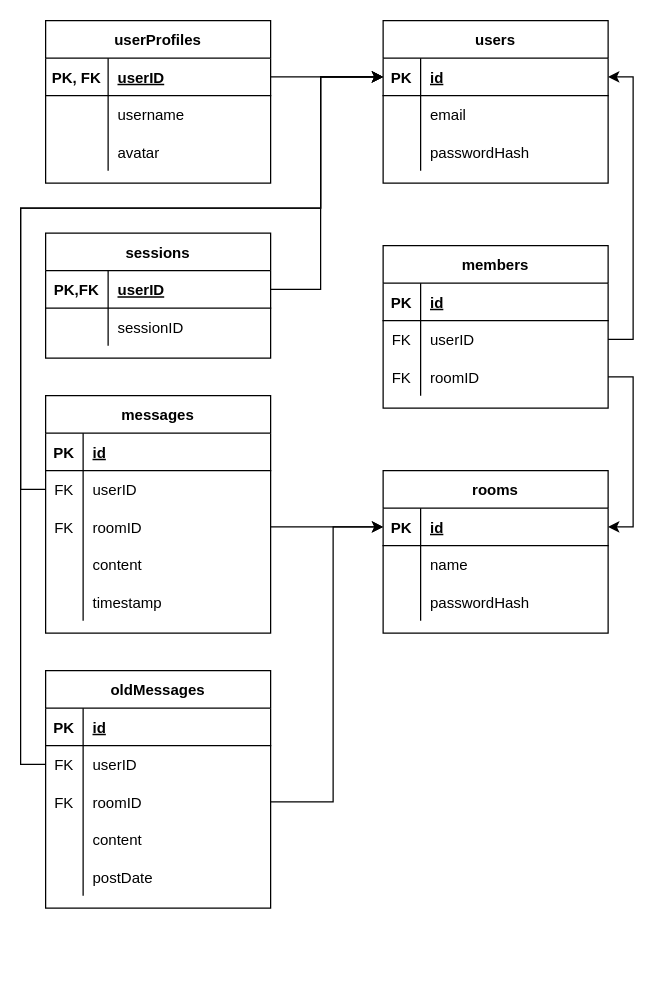
EliasEriksson/Chat.app keeps this draw.io diagram as database.drawio. Above is the earlier version. Source tidied: cells renumbered, new cells numbered last; positions are measured from the earlier drawing's top-left corner, leaving out a move shared by most shapes. Both pictures are drawn from the tidied source at 125%, with x=0, y=0 at pixel (20, 20).
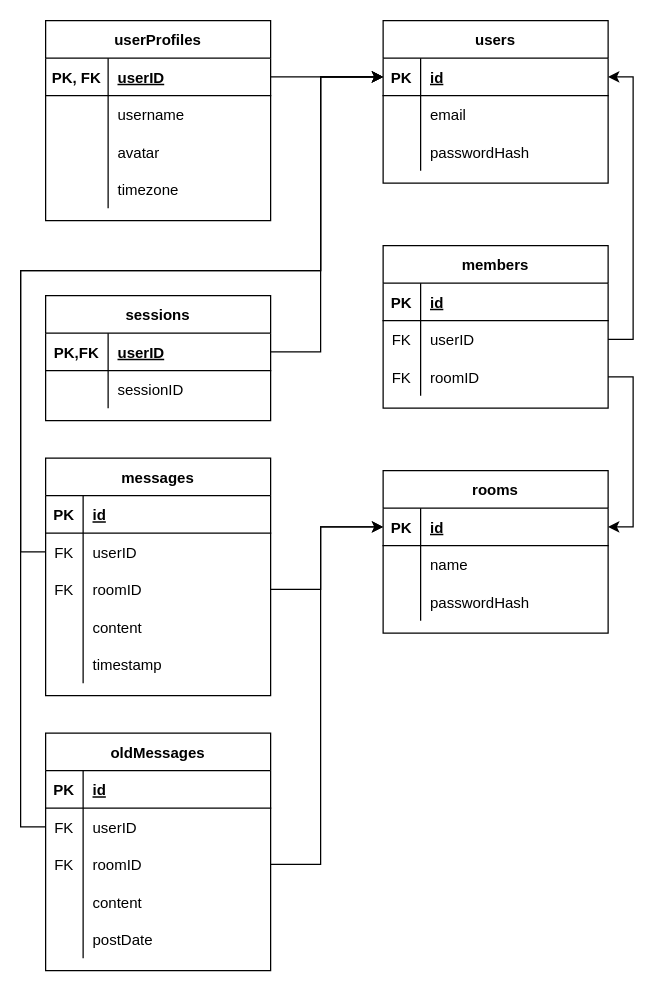
The same page after the edit.

The change refers to these unchanged cells:
```xml
<mxCell id="3" style="shape=partialRectangle;fillColor=none;top=0;left=0;bottom=1;right=0;points=[[0,0.5],[1,0.5]];portConstraint=eastwest;" parent="2" vertex="1">
  <mxGeometry y="30" width="180" height="30" as="geometry" />
</mxCell>
<mxCell id="24" style="shape=partialRectangle;fillColor=none;top=0;left=0;bottom=1;right=0;points=[[0,0.5],[1,0.5]];portConstraint=eastwest;" parent="23" vertex="1">
  <mxGeometry y="30" width="180" height="30" as="geometry" />
</mxCell>
<mxCell id="32" style="shape=partialRectangle;fillColor=none;top=0;left=0;bottom=1;right=0;points=[[0,0.5],[1,0.5]];portConstraint=eastwest;" parent="31" vertex="1">
  <mxGeometry y="30" width="180" height="30" as="geometry" />
</mxCell>
<mxCell id="45" style="shape=partialRectangle;fillColor=none;top=0;left=0;bottom=0;right=0;points=[[0,0.5],[1,0.5]];portConstraint=eastwest;" parent="41" vertex="1">
  <mxGeometry y="60" width="180" height="30" as="geometry" />
</mxCell>
<mxCell id="48" style="shape=partialRectangle;fillColor=none;top=0;left=0;bottom=0;right=0;points=[[0,0.5],[1,0.5]];portConstraint=eastwest;" parent="41" vertex="1">
  <mxGeometry y="90" width="180" height="30" as="geometry" />
</mxCell>
<mxCell id="75" style="shape=partialRectangle;fillColor=none;top=0;left=0;bottom=0;right=0;points=[[0,0.5],[1,0.5]];portConstraint=eastwest;" parent="71" vertex="1">
  <mxGeometry y="60" width="180" height="30" as="geometry" />
</mxCell>
<mxCell id="78" style="shape=partialRectangle;fillColor=none;top=0;left=0;bottom=0;right=0;points=[[0,0.5],[1,0.5]];portConstraint=eastwest;" parent="71" vertex="1">
  <mxGeometry y="90" width="180" height="30" as="geometry" />
</mxCell>
```

What changed in the source:
```diff
@@
     <mxCell id="12" value="userProfiles" style="shape=table;startSize=30;childLayout=tableLayout;rowLines=0;fontStyle=1;align=center;" parent="1" vertex="1">
-      <mxGeometry x="20" width="180" height="130" as="geometry" />
+      <mxGeometry x="20" width="180" height="160" as="geometry" />
     </mxCell>
@@
+    <mxCell id="89" style="shape=partialRectangle;fillColor=none;top=0;left=0;bottom=0;right=0;" parent="12" vertex="1">
+      <mxGeometry y="120" width="180" height="30" as="geometry" />
+    </mxCell>
+    <mxCell id="90" style="shape=partialRectangle;fillColor=none;top=0;left=0;bottom=0;right=0;overflow=hidden;" parent="89" vertex="1">
+      <mxGeometry width="50" height="30" as="geometry" />
+    </mxCell>
+    <mxCell id="91" value="timezone" style="shape=partialRectangle;fillColor=none;top=0;left=0;bottom=0;right=0;align=left;spacingLeft=6;overflow=hidden;" parent="89" vertex="1">
+      <mxGeometry x="50" width="130" height="30" as="geometry" />
+    </mxCell>
@@
     <mxCell id="23" value="sessions" style="shape=table;startSize=30;childLayout=tableLayout;rowLines=0;fontStyle=1;align=center;" parent="1" vertex="1">
-      <mxGeometry x="20" y="170" width="180" height="100" as="geometry" />
+      <mxGeometry x="20" y="220" width="180" height="100" as="geometry" />
     </mxCell>
@@
     <mxCell id="30" style="edgeStyle=orthogonalEdgeStyle;rounded=0;jettySize=auto;html=1;entryX=0;entryY=0.5;entryDx=0;entryDy=0;exitX=1;exitY=0.5;exitDx=0;exitDy=0;" parent="1" edge="1" source="24" target="3">
       <mxGeometry relative="1" as="geometry">
         <Array as="points">
-          <mxPoint x="240" y="215" />
+          <mxPoint x="240" y="265" />
           <mxPoint x="240" y="45" />
         </Array>
       </mxGeometry>
     </mxCell>
@@
     <mxCell id="41" value="messages" style="shape=table;startSize=30;childLayout=tableLayout;rowLines=0;fontStyle=1;align=center;" parent="1" vertex="1">
-      <mxGeometry x="20" y="300" width="180" height="190" as="geometry" />
+      <mxGeometry x="20" y="350" width="180" height="190" as="geometry" />
     </mxCell>
@@
     <mxCell id="57" style="edgeStyle=orthogonalEdgeStyle;rounded=0;jettySize=auto;html=1;entryX=0;entryY=0.5;entryDx=0;entryDy=0;exitX=0;exitY=0.5;exitDx=0;exitDy=0;" parent="1" edge="1" source="45" target="3">
       <mxGeometry relative="1" as="geometry">
         <Array as="points">
-          <mxPoint y="375" />
-          <mxPoint y="150" />
-          <mxPoint x="240" y="150" />
+          <mxPoint y="425" />
+          <mxPoint y="200" />
+          <mxPoint x="240" y="200" />
           <mxPoint x="240" y="45" />
         </Array>
       </mxGeometry>
     </mxCell>
     <mxCell id="58" style="edgeStyle=orthogonalEdgeStyle;rounded=0;jettySize=auto;html=1;exitX=1;exitY=0.5;exitDx=0;exitDy=0;entryX=0;entryY=0.5;entryDx=0;entryDy=0;" parent="1" edge="1" source="48" target="32">
-      <mxGeometry relative="1" as="geometry" />
+      <mxGeometry relative="1" as="geometry">
+        <Array as="points">
+          <mxPoint x="240" y="455" />
+          <mxPoint x="240" y="405" />
+        </Array>
+      </mxGeometry>
     </mxCell>
@@
     <mxCell id="71" value="oldMessages" style="shape=table;startSize=30;childLayout=tableLayout;rowLines=0;fontStyle=1;align=center;" parent="1" vertex="1">
-      <mxGeometry x="20" y="520" width="180" height="190" as="geometry" />
+      <mxGeometry x="20" y="570" width="180" height="190" as="geometry" />
     </mxCell>
@@
     <mxCell id="87" style="edgeStyle=orthogonalEdgeStyle;rounded=0;jettySize=auto;html=1;exitX=0;exitY=0.5;exitDx=0;exitDy=0;entryX=0;entryY=0.5;entryDx=0;entryDy=0;" parent="1" edge="1" source="75" target="3">
       <mxGeometry relative="1" as="geometry">
         <Array as="points">
-          <mxPoint y="595" />
-          <mxPoint y="150" />
-          <mxPoint x="240" y="150" />
+          <mxPoint y="645" />
+          <mxPoint y="200" />
+          <mxPoint x="240" y="200" />
           <mxPoint x="240" y="45" />
         </Array>
       </mxGeometry>
     </mxCell>
     <mxCell id="88" style="edgeStyle=orthogonalEdgeStyle;rounded=0;jettySize=auto;html=1;exitX=1;exitY=0.5;exitDx=0;exitDy=0;entryX=0;entryY=0.5;entryDx=0;entryDy=0;" parent="1" edge="1" source="78" target="32">
       <mxGeometry relative="1" as="geometry">
         <Array as="points">
-          <mxPoint x="250" y="625" />
-          <mxPoint x="250" y="405" />
+          <mxPoint x="240" y="675" />
+          <mxPoint x="240" y="405" />
         </Array>
       </mxGeometry>
     </mxCell>
```
